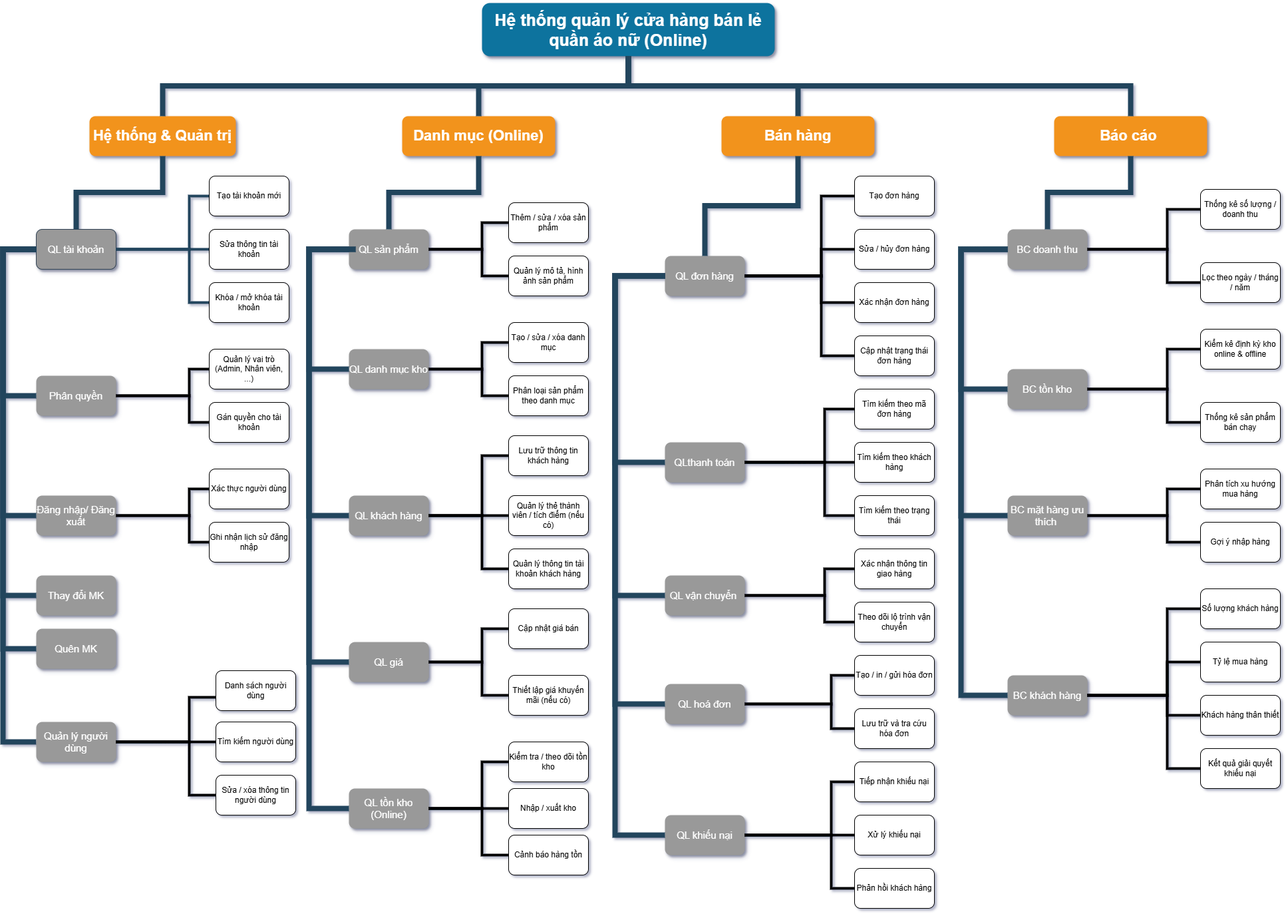
Earlier version of the draw.io export clothesShop.drawio.png (Vulien/Diagram). Source tidied: cells renumbered, new cells last; positions are measured from the earlier drawing's top-left corner, leaving out a move shared by most shapes.
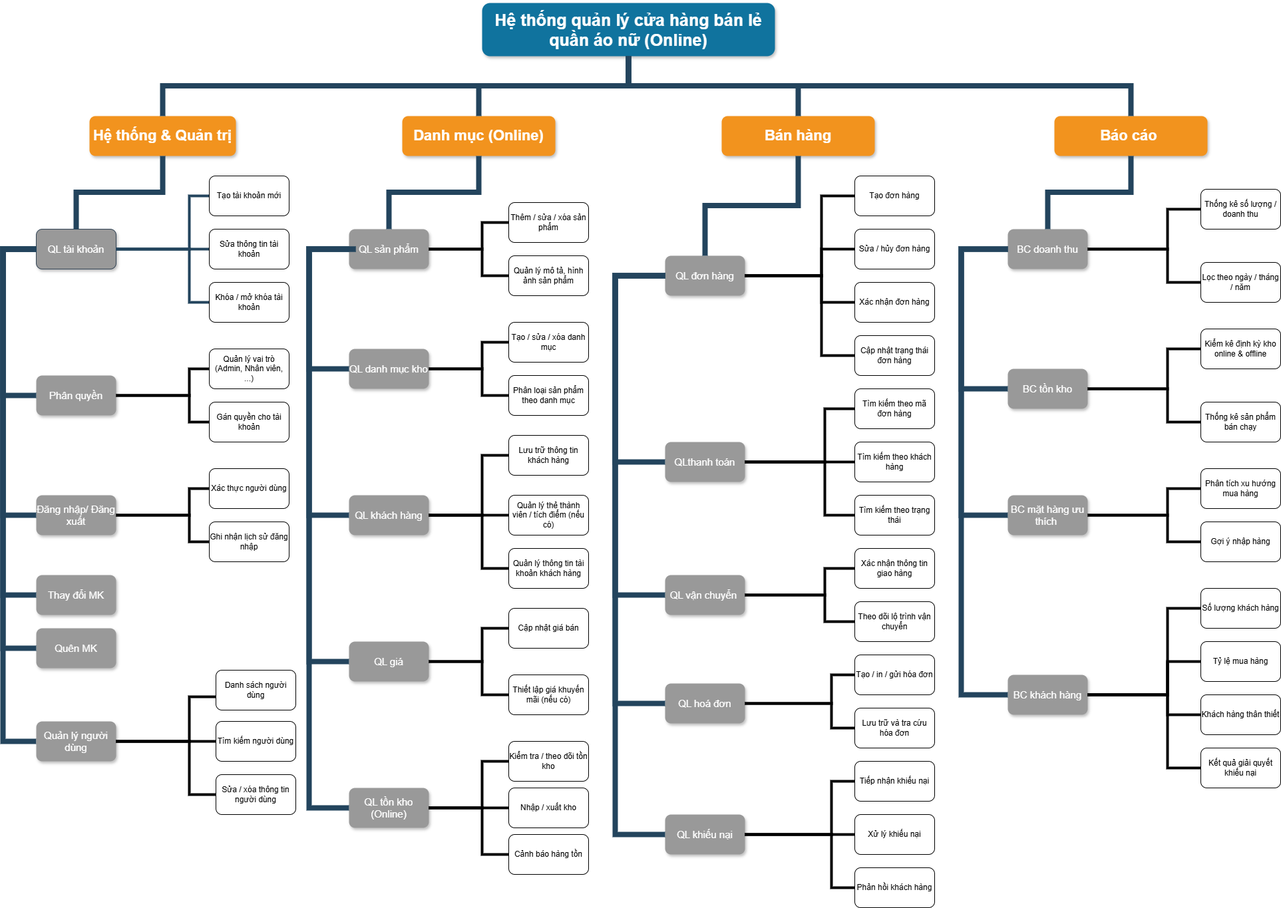
After the commit.

Commit message:
Cập nhật clothesShop.drawio.png

The edit, as a diff of the source:
```diff
@@ -1,4 +1,4 @@
-<mxGraphModel shadow="1">
+<mxGraphModel background="#ffffff">
   <root>
     <mxCell id="0" />
     <mxCell id="1" parent="0" />
```
